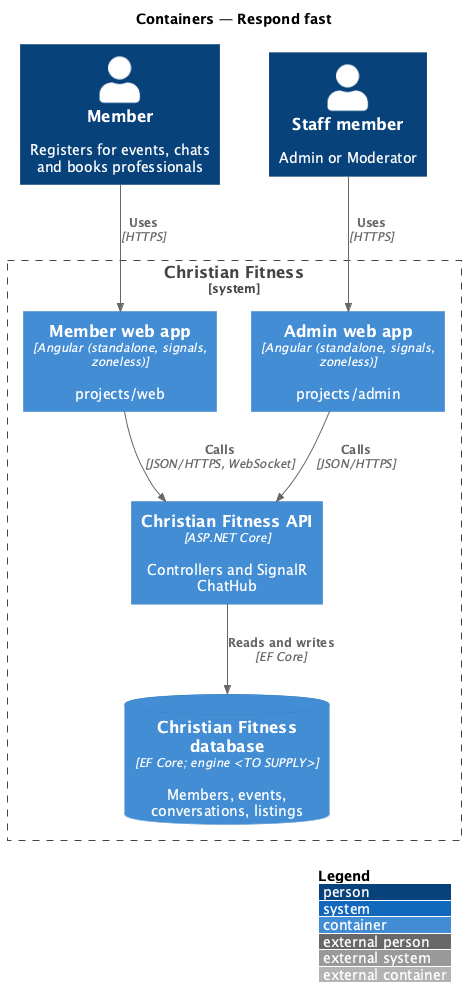
This is docs/detailed-designs/performance/respond-fast/diagrams/c4-container.png from QuinntyneBrown/christian-fitness, a PlantUML export, as it was before one commit. The source it was exported from:
```plantuml
@startuml
!include <C4/C4_Container>
LAYOUT_WITH_LEGEND()
title Containers — Respond fast

Person(member, "Member", "Registers for events, chats and books professionals")
Person(staff, "Staff member", "Admin or Moderator")
System_Boundary(cf, "Christian Fitness") {
  Container(web, "Member web app", "Angular (standalone, signals, zoneless)", "projects/web")
  Container(admin, "Admin web app", "Angular (standalone, signals, zoneless)", "projects/admin")
  Container(api, "Christian Fitness API", "ASP.NET Core", "Controllers and SignalR ChatHub")
  ContainerDb(db, "Christian Fitness database", "EF Core; engine <TO SUPPLY>", "Members, events, conversations, listings")
}

Rel(member, web, "Uses", "HTTPS")
Rel(staff, admin, "Uses", "HTTPS")
Rel(web, api, "Calls", "JSON/HTTPS, WebSocket")
Rel(admin, api, "Calls", "JSON/HTTPS")
Rel(api, db, "Reads and writes", "EF Core")
@enduml
```
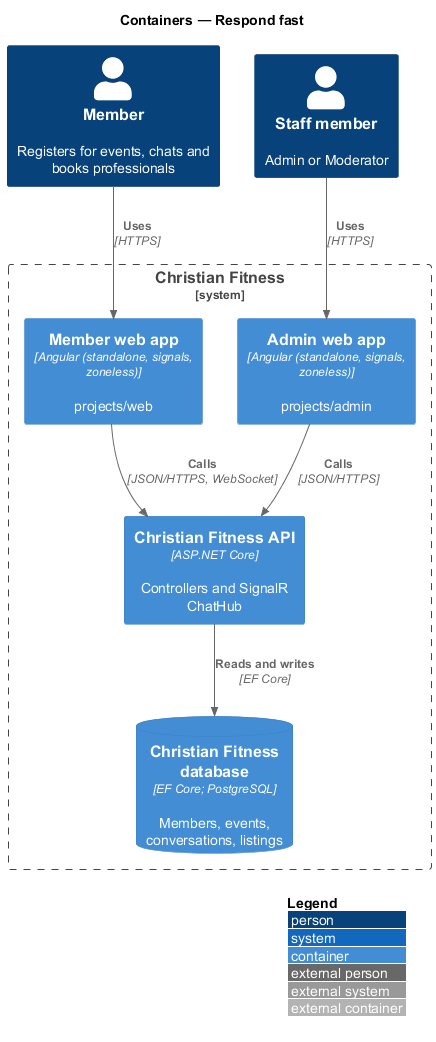
After the commit.

What changed in the source:
```diff
@@ -9,7 +9,7 @@
   Container(web, "Member web app", "Angular (standalone, signals, zoneless)", "projects/web")
   Container(admin, "Admin web app", "Angular (standalone, signals, zoneless)", "projects/admin")
   Container(api, "Christian Fitness API", "ASP.NET Core", "Controllers and SignalR ChatHub")
-  ContainerDb(db, "Christian Fitness database", "EF Core; engine <TO SUPPLY>", "Members, events, conversations, listings")
+  ContainerDb(db, "Christian Fitness database", "EF Core; PostgreSQL", "Members, events, conversations, listings")
 }
 
 Rel(member, web, "Uses", "HTTPS")
```
